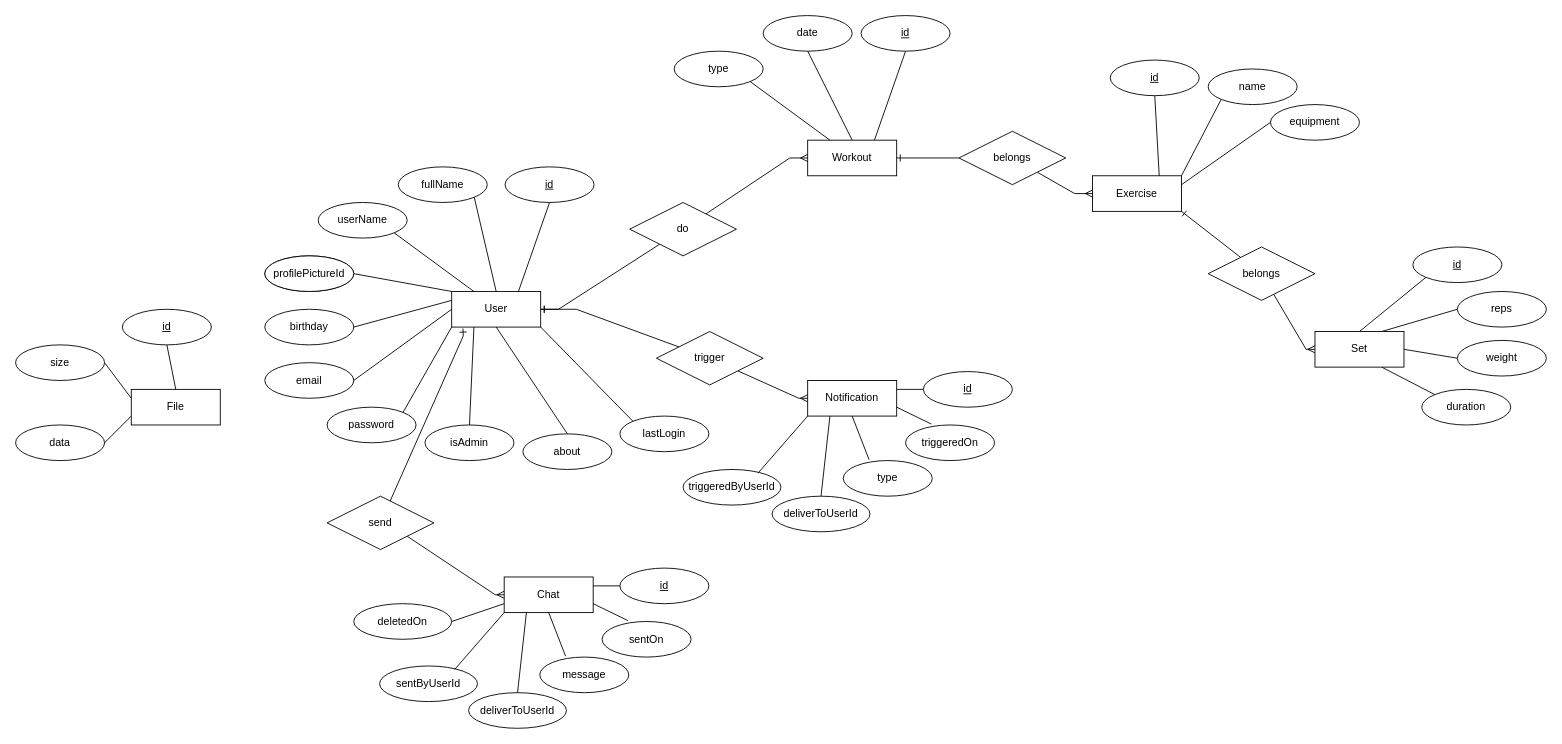
This is docs/uml/EK.drawio from szirbikpeti/thesis, a draw.io file, before an edit. Source tidied: cells renumbered, new cells numbered last; positions are measured from the earlier drawing's top-left corner, leaving out a move shared by most shapes. Both pictures are drawn from the tidied source at 89%, with x=0, y=0 at pixel (15, 15).
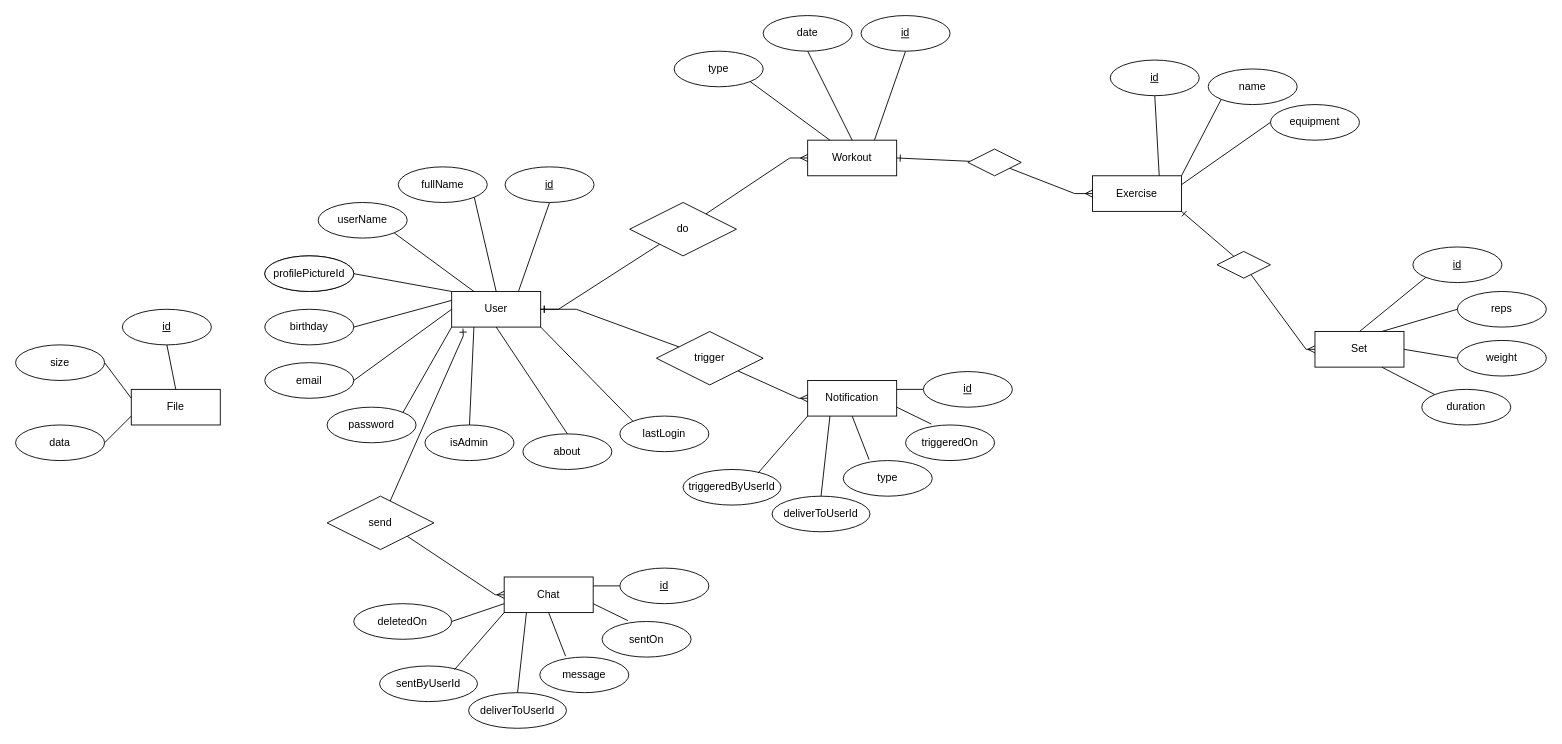
Above is the later version.

The edit, as a diff of the source:
```diff
@@
-    <mxCell id="49" value="belongs" style="shape=rhombus;perimeter=rhombusPerimeter;whiteSpace=wrap;html=1;align=center;" parent="1" vertex="1">
-      <mxGeometry x="1060" y="130" width="120" height="60" as="geometry" />
+    <mxCell id="49" style="shape=rhombus;perimeter=rhombusPerimeter;whiteSpace=wrap;html=1;align=center;" parent="1" vertex="1">
+      <mxGeometry x="1070" y="150" width="60" height="30" as="geometry" />
     </mxCell>
@@
-    <mxCell id="69" value="belongs" style="shape=rhombus;perimeter=rhombusPerimeter;whiteSpace=wrap;html=1;align=center;" parent="1" vertex="1">
-      <mxGeometry x="1340" y="260" width="120" height="60" as="geometry" />
+    <mxCell id="69" style="shape=rhombus;perimeter=rhombusPerimeter;whiteSpace=wrap;html=1;align=center;" parent="1" vertex="1">
+      <mxGeometry x="1350" y="265" width="60" height="30" as="geometry" />
     </mxCell>
```
